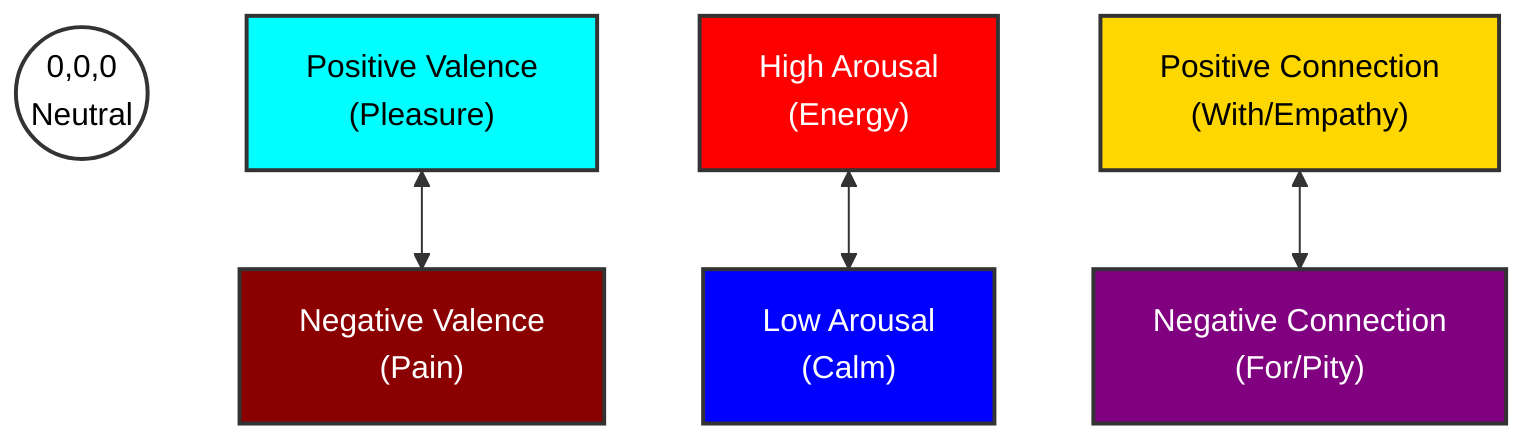
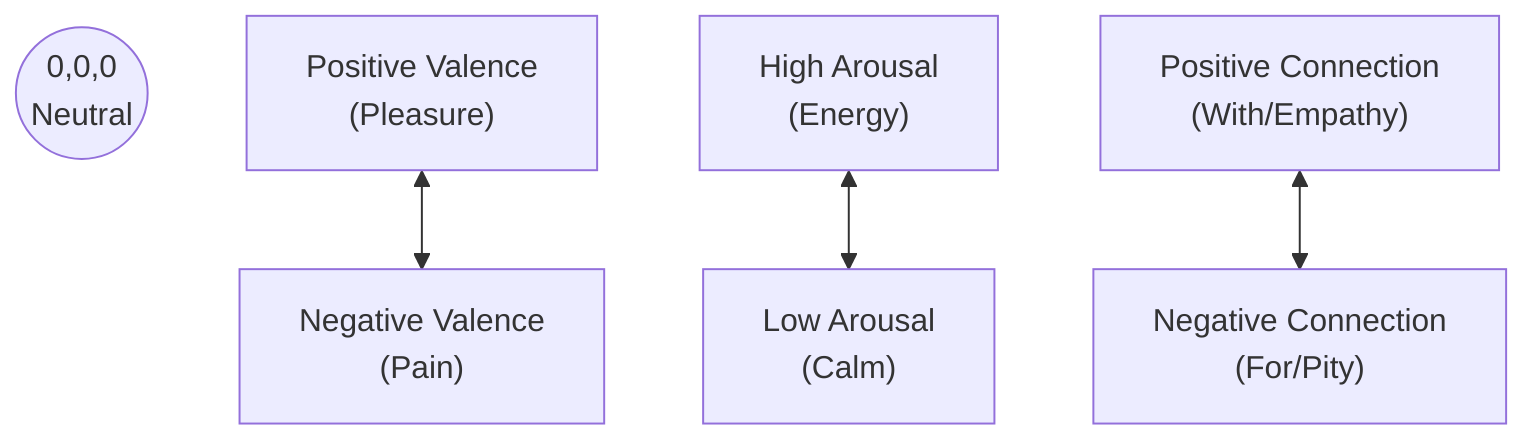
graph TD
    Center(("0,0,0<br/>Neutral"))
    PosV["Positive Valence<br/>(Pleasure)"] <--> NegV["Negative Valence<br/>(Pain)"]
    HighA["High Arousal<br/>(Energy)"] <--> LowA["Low Arousal<br/>(Calm)"]
-     PosC["Positive Connection<br/>(With/Empathy)"] <--> NegC["Negative Connection<br/>(For/Pity)"]
- 
-     style PosV fill:#00FFFF,stroke:#333,stroke-width:2px,color:#000
-     style NegV fill:#8B0000,stroke:#333,stroke-width:2px,color:#FFF
-     style HighA fill:#FF0000,stroke:#333,stroke-width:2px,color:#FFF
-     style LowA fill:#0000FF,stroke:#333,stroke-width:2px,color:#FFF
-     style PosC fill:#FFD700,stroke:#333,stroke-width:2px,color:#000
-     style NegC fill:#800080,stroke:#333,stroke-width:2px,color:#FFF
-     style Center fill:#FFFFFF,stroke:#333,stroke-width:2px,color:#000+     PosC["Positive Connection<br/>(With/Empathy)"] <--> NegC["Negative Connection<br/>(For/Pity)"]